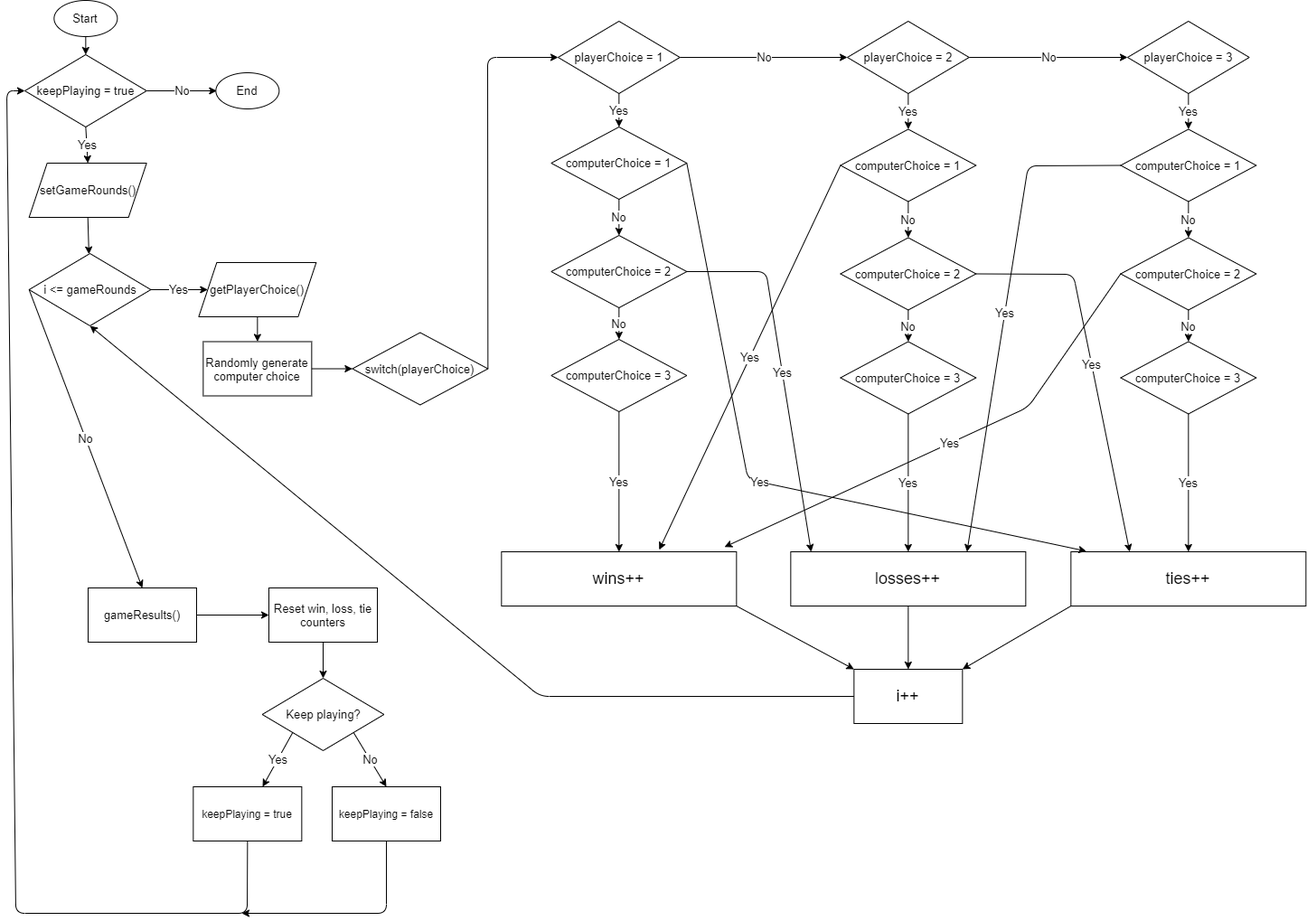
The draw.io diagram Week 1 - Assessment/RockPaperScissorsFlowchart.png in pstevens01/Classwork, before a commit. Source tidied: cells renumbered, new cells last; positions are measured from the earlier drawing's top-left corner, leaving out a move shared by most shapes.
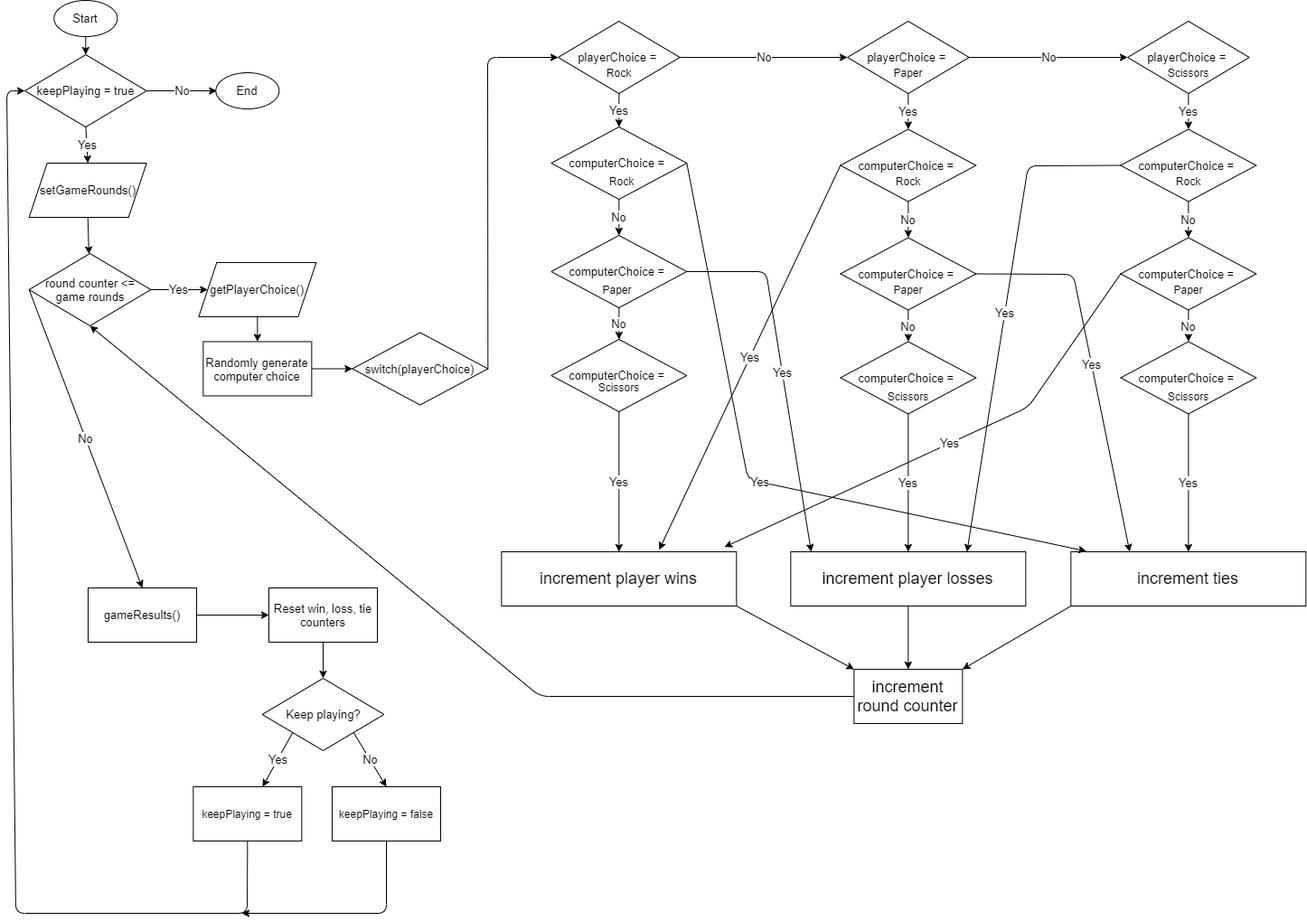
The same file after the commit.

Commit message:
Week 1 Assessment

The edit, as a diff of the source:
```diff
@@ -26,7 +26,7 @@
     <mxCell id="8" value="Yes" style="endArrow=classic;html=1;exitX=0.5;exitY=1;exitDx=0;exitDy=0;entryX=0.5;entryY=0;entryDx=0;entryDy=0;fontSize=13;" parent="1" edge="1" source="3" target="7">
       <mxGeometry relative="1" as="geometry" />
     </mxCell>
-    <mxCell id="9" value="i &amp;lt;= gameRounds" style="rhombus;whiteSpace=wrap;html=1;align=center;fontSize=13;" parent="1" vertex="1">
+    <mxCell id="9" value="round counter &amp;lt;= game rounds" style="rhombus;whiteSpace=wrap;html=1;align=center;fontSize=13;" parent="1" vertex="1">
       <mxGeometry x="24.7" y="280" width="134.7" height="80" as="geometry" />
     </mxCell>
     <mxCell id="10" style="endArrow=classic;html=1;exitX=0.5;exitY=1;exitDx=0;exitDy=0;fontSize=13;" parent="1" edge="1" source="7" target="9">
@@ -50,13 +50,13 @@
     <mxCell id="16" style="endArrow=classic;html=1;exitX=1;exitY=0.5;exitDx=0;exitDy=0;entryX=0;entryY=0.5;entryDx=0;entryDy=0;fontSize=13;" parent="1" edge="1" source="13" target="15">
       <mxGeometry relative="1" as="geometry" />
     </mxCell>
-    <mxCell id="17" value="playerChoice = 1" style="rhombus;whiteSpace=wrap;html=1;align=center;fontSize=13;" parent="1" vertex="1">
+    <mxCell id="17" value="playerChoice =&amp;nbsp;" style="rhombus;whiteSpace=wrap;html=1;align=center;fontSize=13;" parent="1" vertex="1">
       <mxGeometry x="610" y="23" width="134.7" height="80" as="geometry" />
     </mxCell>
-    <mxCell id="18" value="playerChoice = 2" style="rhombus;whiteSpace=wrap;html=1;align=center;fontSize=13;" parent="1" vertex="1">
+    <mxCell id="18" value="playerChoice =&amp;nbsp;" style="rhombus;whiteSpace=wrap;html=1;align=center;fontSize=13;" parent="1" vertex="1">
       <mxGeometry x="930" y="23" width="134.7" height="80" as="geometry" />
     </mxCell>
-    <mxCell id="19" value="playerChoice = 3" style="rhombus;whiteSpace=wrap;html=1;align=center;fontSize=13;" parent="1" vertex="1">
+    <mxCell id="19" value="playerChoice =&amp;nbsp;" style="rhombus;whiteSpace=wrap;html=1;align=center;fontSize=13;" parent="1" vertex="1">
       <mxGeometry x="1240" y="23" width="134.7" height="80" as="geometry" />
     </mxCell>
     <mxCell id="20" style="endArrow=classic;html=1;entryX=0;entryY=0.5;entryDx=0;entryDy=0;exitX=1;exitY=0.5;exitDx=0;exitDy=0;fontSize=13;" parent="1" edge="1" source="15" target="17">
@@ -72,34 +72,34 @@
     <mxCell id="22" value="No" style="endArrow=classic;html=1;entryX=0;entryY=0.5;entryDx=0;entryDy=0;fontSize=13;exitX=1;exitY=0.5;exitDx=0;exitDy=0;" parent="1" edge="1" source="18" target="19">
       <mxGeometry relative="1" as="geometry" />
     </mxCell>
-    <mxCell id="23" value="computerChoice = 1" style="rhombus;whiteSpace=wrap;html=1;align=center;fontSize=13;" parent="1" vertex="1">
+    <mxCell id="23" value="computerChoice =&amp;nbsp;" style="rhombus;whiteSpace=wrap;html=1;align=center;fontSize=13;" parent="1" vertex="1">
       <mxGeometry x="602.3" y="140" width="150" height="80" as="geometry" />
     </mxCell>
-    <mxCell id="24" value="computerChoice = 2" style="rhombus;whiteSpace=wrap;html=1;align=center;fontSize=13;" parent="1" vertex="1">
+    <mxCell id="24" value="computerChoice =&amp;nbsp;" style="rhombus;whiteSpace=wrap;html=1;align=center;fontSize=13;" parent="1" vertex="1">
       <mxGeometry x="602.3" y="260" width="150" height="80" as="geometry" />
     </mxCell>
-    <mxCell id="25" value="computerChoice = 3" style="rhombus;whiteSpace=wrap;html=1;align=center;fontSize=13;" parent="1" vertex="1">
+    <mxCell id="25" value="computerChoice =&amp;nbsp;" style="rhombus;whiteSpace=wrap;html=1;align=center;fontSize=13;" parent="1" vertex="1">
       <mxGeometry x="602.3" y="375" width="150" height="80" as="geometry" />
     </mxCell>
-    <mxCell id="26" value="computerChoice = 1" style="rhombus;whiteSpace=wrap;html=1;align=center;fontSize=13;" parent="1" vertex="1">
+    <mxCell id="26" value="computerChoice =&amp;nbsp;" style="rhombus;whiteSpace=wrap;html=1;align=center;fontSize=13;" parent="1" vertex="1">
       <mxGeometry x="922.3" y="142.5" width="150" height="80" as="geometry" />
     </mxCell>
-    <mxCell id="27" value="computerChoice = 2" style="rhombus;whiteSpace=wrap;html=1;align=center;fontSize=13;" parent="1" vertex="1">
+    <mxCell id="27" value="computerChoice =&amp;nbsp;" style="rhombus;whiteSpace=wrap;html=1;align=center;fontSize=13;" parent="1" vertex="1">
       <mxGeometry x="922.3" y="262.5" width="150" height="80" as="geometry" />
     </mxCell>
-    <mxCell id="28" value="computerChoice = 3" style="rhombus;whiteSpace=wrap;html=1;align=center;fontSize=13;" parent="1" vertex="1">
+    <mxCell id="28" value="computerChoice =&amp;nbsp;" style="rhombus;whiteSpace=wrap;html=1;align=center;fontSize=13;" parent="1" vertex="1">
       <mxGeometry x="922.3" y="377.5" width="150" height="80" as="geometry" />
     </mxCell>
-    <mxCell id="29" value="computerChoice = 1" style="rhombus;whiteSpace=wrap;html=1;align=center;fontSize=13;" parent="1" vertex="1">
+    <mxCell id="29" value="computerChoice =&amp;nbsp;" style="rhombus;whiteSpace=wrap;html=1;align=center;fontSize=13;" parent="1" vertex="1">
       <mxGeometry x="1232.3" y="142.5" width="150" height="80" as="geometry" />
     </mxCell>
-    <mxCell id="30" value="computerChoice = 2" style="rhombus;whiteSpace=wrap;html=1;align=center;fontSize=13;" parent="1" vertex="1">
+    <mxCell id="30" value="computerChoice =&amp;nbsp;" style="rhombus;whiteSpace=wrap;html=1;align=center;fontSize=13;" parent="1" vertex="1">
       <mxGeometry x="1232.3" y="262.5" width="150" height="80" as="geometry" />
     </mxCell>
-    <mxCell id="31" value="computerChoice = 3" style="rhombus;whiteSpace=wrap;html=1;align=center;fontSize=13;" parent="1" vertex="1">
+    <mxCell id="31" value="computerChoice =&amp;nbsp;" style="rhombus;whiteSpace=wrap;html=1;align=center;fontSize=13;" parent="1" vertex="1">
       <mxGeometry x="1232.3" y="377.5" width="150" height="80" as="geometry" />
     </mxCell>
-    <mxCell id="32" value="&lt;font style=&quot;font-size: 18px&quot;&gt;wins++&lt;/font&gt;" style="rounded=0;whiteSpace=wrap;html=1;fontSize=13;" parent="1" vertex="1">
+    <mxCell id="32" value="&lt;font style=&quot;font-size: 18px&quot;&gt;increment player wins&lt;/font&gt;" style="rounded=0;whiteSpace=wrap;html=1;fontSize=13;" parent="1" vertex="1">
       <mxGeometry x="547.3" y="610" width="260" height="60" as="geometry" />
     </mxCell>
     <mxCell id="33" value="Yes" style="endArrow=classic;html=1;fontSize=13;exitX=0.5;exitY=1;exitDx=0;exitDy=0;entryX=0.5;entryY=0;entryDx=0;entryDy=0;" parent="1" edge="1" source="17" target="23">
@@ -129,10 +129,10 @@
     <mxCell id="41" value="No" style="endArrow=classic;html=1;fontSize=13;exitX=0.5;exitY=1;exitDx=0;exitDy=0;entryX=0.5;entryY=0;entryDx=0;entryDy=0;" parent="1" edge="1" source="30" target="31">
       <mxGeometry relative="1" as="geometry" />
     </mxCell>
-    <mxCell id="42" value="&lt;font style=&quot;font-size: 18px&quot;&gt;losses++&lt;/font&gt;" style="rounded=0;whiteSpace=wrap;html=1;fontSize=13;" parent="1" vertex="1">
+    <mxCell id="42" value="&lt;font style=&quot;font-size: 18px&quot;&gt;increment player losses&lt;/font&gt;" style="rounded=0;whiteSpace=wrap;html=1;fontSize=13;" parent="1" vertex="1">
       <mxGeometry x="867.3" y="610" width="260" height="60" as="geometry" />
     </mxCell>
-    <mxCell id="43" value="&lt;font style=&quot;font-size: 18px&quot;&gt;ties++&lt;/font&gt;" style="rounded=0;whiteSpace=wrap;html=1;fontSize=13;" parent="1" vertex="1">
+    <mxCell id="43" value="&lt;font style=&quot;font-size: 18px&quot;&gt;increment ties&lt;/font&gt;" style="rounded=0;whiteSpace=wrap;html=1;fontSize=13;" parent="1" vertex="1">
       <mxGeometry x="1177.3" y="610" width="260" height="60" as="geometry" />
     </mxCell>
     <mxCell id="44" value="Yes" style="endArrow=classic;html=1;fontSize=13;exitX=1;exitY=0.5;exitDx=0;exitDy=0;entryX=0.087;entryY=0;entryDx=0;entryDy=0;entryPerimeter=0;" parent="1" edge="1" source="24" target="42">
@@ -182,7 +182,7 @@
         </Array>
       </mxGeometry>
     </mxCell>
-    <mxCell id="53" value="&lt;font style=&quot;font-size: 18px&quot;&gt;i++&lt;/font&gt;" style="rounded=0;whiteSpace=wrap;html=1;fontSize=13;" parent="1" vertex="1">
+    <mxCell id="53" value="&lt;font style=&quot;font-size: 18px&quot;&gt;increment round counter&lt;/font&gt;" style="rounded=0;whiteSpace=wrap;html=1;fontSize=13;" parent="1" vertex="1">
       <mxGeometry x="937.3" y="740" width="120" height="60" as="geometry" />
     </mxCell>
     <mxCell id="54" style="endArrow=classic;html=1;fontSize=13;exitX=0.5;exitY=1;exitDx=0;exitDy=0;entryX=0.5;entryY=0;entryDx=0;entryDy=0;" parent="1" edge="1" source="42" target="53">
@@ -250,5 +250,41 @@
         </Array>
       </mxGeometry>
     </mxCell>
+    <mxCell id="70" value="Rock" style="text;html=1;align=center;verticalAlign=middle;" parent="1" vertex="1">
+      <mxGeometry x="1287.3" y="190" width="40" height="20" as="geometry" />
+    </mxCell>
+    <mxCell id="71" value="Rock" style="text;html=1;align=center;verticalAlign=middle;" parent="1" vertex="1">
+      <mxGeometry x="977.3" y="190" width="40" height="20" as="geometry" />
+    </mxCell>
+    <mxCell id="72" value="Rock" style="text;html=1;align=center;verticalAlign=middle;" parent="1" vertex="1">
+      <mxGeometry x="657.4" y="70" width="40" height="20" as="geometry" />
+    </mxCell>
+    <mxCell id="73" value="Rock" style="text;html=1;align=center;verticalAlign=middle;" parent="1" vertex="1">
+      <mxGeometry x="660" y="190" width="40" height="20" as="geometry" />
+    </mxCell>
+    <mxCell id="74" value="Paper" style="text;html=1;align=center;verticalAlign=middle;" parent="1" vertex="1">
+      <mxGeometry x="1282.3" y="310" width="50" height="20" as="geometry" />
+    </mxCell>
+    <mxCell id="75" value="Paper" style="text;html=1;align=center;verticalAlign=middle;" parent="1" vertex="1">
+      <mxGeometry x="972.3" y="310" width="50" height="20" as="geometry" />
+    </mxCell>
+    <mxCell id="76" value="Paper" style="text;html=1;align=center;verticalAlign=middle;" parent="1" vertex="1">
+      <mxGeometry x="650" y="310" width="50" height="20" as="geometry" />
+    </mxCell>
+    <mxCell id="77" value="Paper" style="text;html=1;align=center;verticalAlign=middle;" parent="1" vertex="1">
+      <mxGeometry x="972.3" y="70" width="50" height="20" as="geometry" />
+    </mxCell>
+    <mxCell id="78" value="Scissors" style="text;html=1;align=center;verticalAlign=middle;" parent="1" vertex="1">
+      <mxGeometry x="1277.3" y="427.5" width="60" height="20" as="geometry" />
+    </mxCell>
+    <mxCell id="79" value="Scissors" style="text;html=1;align=center;verticalAlign=middle;" parent="1" vertex="1">
+      <mxGeometry x="1277.3" y="70" width="60" height="20" as="geometry" />
+    </mxCell>
+    <mxCell id="80" value="Scissors" style="text;html=1;align=center;verticalAlign=middle;" parent="1" vertex="1">
+      <mxGeometry x="967.3" y="427.5" width="60" height="20" as="geometry" />
+    </mxCell>
+    <mxCell id="81" value="Scissors" style="text;html=1;align=center;verticalAlign=middle;" parent="1" vertex="1">
+      <mxGeometry x="647.3" y="417.5" width="60" height="20" as="geometry" />
+    </mxCell>
   </root>
 </mxGraphModel>
```
